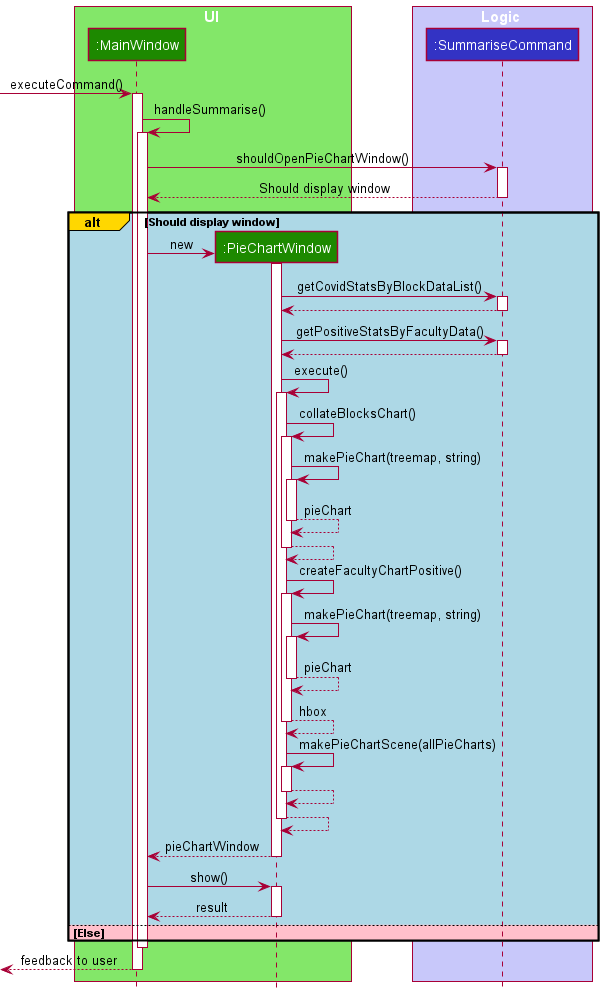
Before: docs/images/PieChartWindowSequenceDiagram.png, a diagram exported from PlantUML (nus-cs2103-AY2122S2/tp).
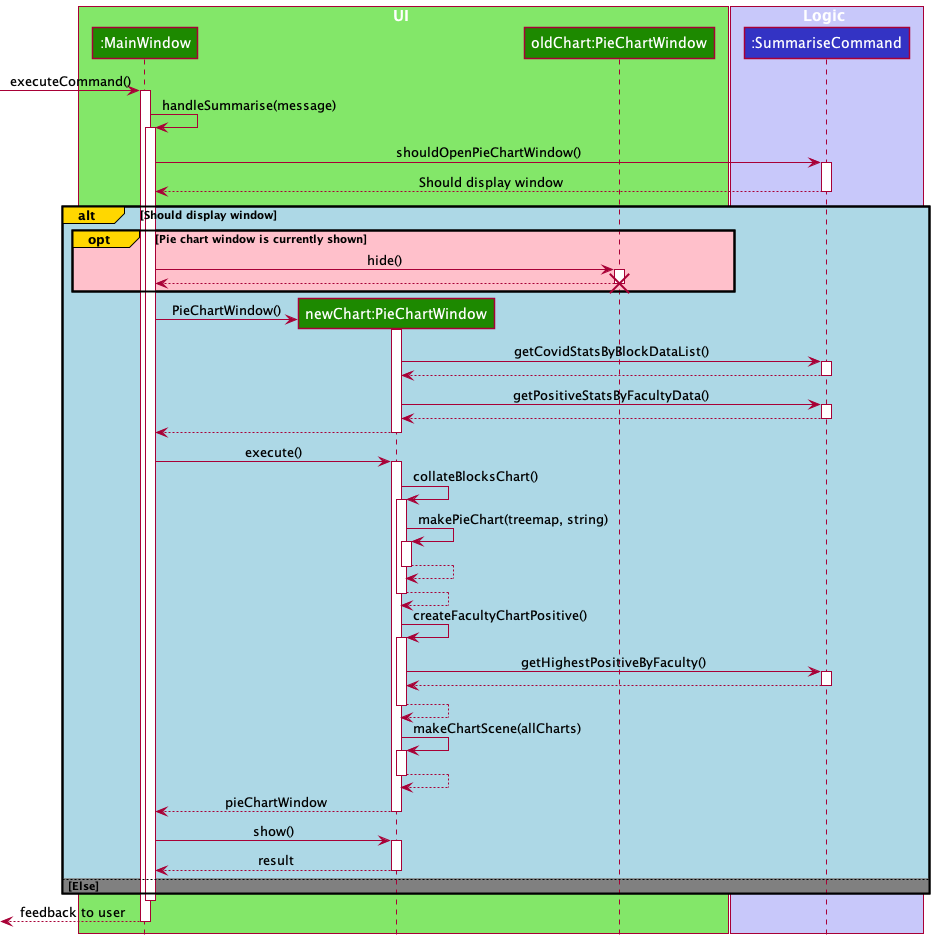
After the change.

Commit message:
Update sequence diagram for PieChartWindow to fit to the needs and implementations of the class

Diff of the diagram source:
```diff
@@ -3,7 +3,8 @@
 
 box UI UI_COLOR_T1
 participant ":MainWindow" as MainWindow UI_COLOR
-participant ":PieChartWindow" as PieChartWindow UI_COLOR
+participant "newChart:PieChartWindow" as PieChartWindow UI_COLOR
+participant "oldChart:PieChartWindow" as PieChartWindow1 UI_COLOR
 end box
 
 box Logic LOGIC_COLOR_T1
@@ -13,7 +14,7 @@
 [-> MainWindow : executeCommand()
 activate MainWindow
 
-MainWindow -> MainWindow : handleSummarise()
+MainWindow -> MainWindow : handleSummarise(message)
 activate MainWindow
 
 MainWindow -> SummariseCommand : shouldOpenPieChartWindow()
@@ -24,9 +25,20 @@
 
 alt#Gold #LightBlue Should display window
 
+opt#Gold #Pink Pie chart window is currently shown
+MainWindow -> PieChartWindow1 : hide()
+
+activate PieChartWindow1
+
+PieChartWindow1 --> MainWindow
+deactivate PieChartWindow1
+
+destroy PieChartWindow1
+
+end
+
 create PieChartWindow
-MainWindow -> PieChartWindow : new
-
+MainWindow -> PieChartWindow : PieChartWindow()
 
 activate PieChartWindow
 
@@ -42,7 +54,10 @@
 SummariseCommand --> PieChartWindow
 deactivate SummariseCommand
 
-PieChartWindow -> PieChartWindow : execute()
+PieChartWindow --> MainWindow
+deactivate PieChartWindow
+
+MainWindow -> PieChartWindow : execute()
 activate PieChartWindow
 
 PieChartWindow -> PieChartWindow : collateBlocksChart()
@@ -51,7 +66,7 @@
 PieChartWindow -> PieChartWindow : makePieChart(treemap, string)
 activate PieChartWindow
 
-PieChartWindow --> PieChartWindow : pieChart
+PieChartWindow --> PieChartWindow
 deactivate PieChartWindow
 
 PieChartWindow --> PieChartWindow
@@ -60,27 +75,24 @@
 PieChartWindow -> PieChartWindow : createFacultyChartPositive()
 activate PieChartWindow
 
-PieChartWindow -> PieChartWindow : makePieChart(treemap, string)
-activate PieChartWindow
+PieChartWindow -> SummariseCommand : getHighestPositiveByFaculty()
+activate SummariseCommand
 
-PieChartWindow --> PieChartWindow : pieChart
-deactivate PieChartWindow
+SummariseCommand --> PieChartWindow
+deactivate SummariseCommand
 
-PieChartWindow --> PieChartWindow : hbox
+PieChartWindow --> PieChartWindow
 
 deactivate PieChartWindow
 
-PieChartWindow -> PieChartWindow : makePieChartScene(allPieCharts)
+PieChartWindow -> PieChartWindow : makeChartScene(allCharts)
 activate PieChartWindow
 
 PieChartWindow --> PieChartWindow
 deactivate PieChartWindow
 
-PieChartWindow --> PieChartWindow
-deactivate PieChartWindow
 PieChartWindow --> MainWindow: pieChartWindow
 deactivate PieChartWindow
-
 
 MainWindow -> PieChartWindow : show()
 activate PieChartWindow
@@ -88,7 +100,7 @@
 MainWindow <--PieChartWindow : result
 deactivate PieChartWindow
 
-else #Pink Else
+else #Grey Else
 
 end
 deactivate MainWindow
```
